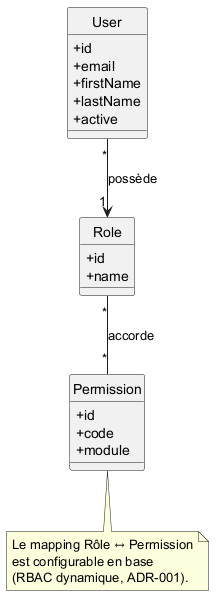
This is docs/uml/class_security.png from mazenrakrouki/tekup-pms-platform, a PlantUML export, as it was before one commit.
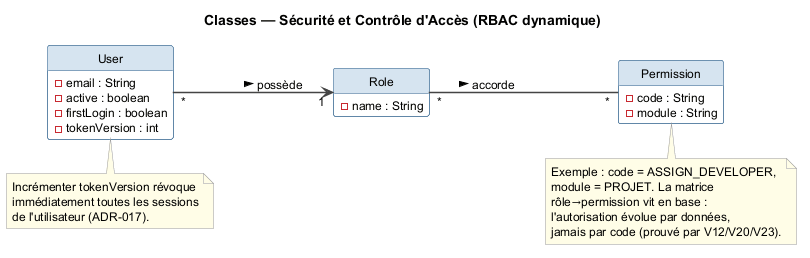
The same diagram one commit later.

Diff of the diagram source:
```diff
@@ -1,33 +1,52 @@
 @startuml class_security
+title Classes — Sécurité et Contrôle d'Accès (RBAC dynamique)
+
+left to right direction
+
 skinparam shadowing false
-skinparam classAttributeIconSize 0
+skinparam classBackgroundColor #FFFFFF
+skinparam classBorderColor #2C5F8A
+skinparam classHeaderBackgroundColor #D6E4F0
+skinparam defaultFontName Helvetica
+skinparam defaultFontSize 12
+skinparam ArrowColor #444444
+skinparam ArrowThickness 1.5
+skinparam noteBorderColor #999999
+skinparam noteBackgroundColor #FFFDE7
 hide circle
+hide empty methods
 
 class User {
-  +id
-  +email
-  +firstName
-  +lastName
-  +active
+  - email : String
+  - active : boolean
+  - firstLogin : boolean
+  - tokenVersion : int
 }
 
 class Role {
-  +id
-  +name
+  - name : String
 }
 
 class Permission {
-  +id
-  +code
-  +module
+  - code : String
+  - module : String
 }
 
-User "*" --> "1" Role : possède
-Role "*" -- "*" Permission : accorde
+User "*" --> "1" Role : possède >
+Role "*" -- "*" Permission : accorde >
+
+note bottom of User
+  Incrémenter tokenVersion révoque
+  immédiatement toutes les sessions
+  de l'utilisateur (ADR-017).
+end note
 
 note bottom of Permission
-  Le mapping Rôle ↔ Permission
-  est configurable en base
-  (RBAC dynamique, ADR-001).
+  Exemple : code = ASSIGN_DEVELOPER,
+  module = PROJET. La matrice
+  rôle→permission vit en base :
+  l'autorisation évolue par données,
+  jamais par code (prouvé par V12/V20/V23).
 end note
+
 @enduml
```
